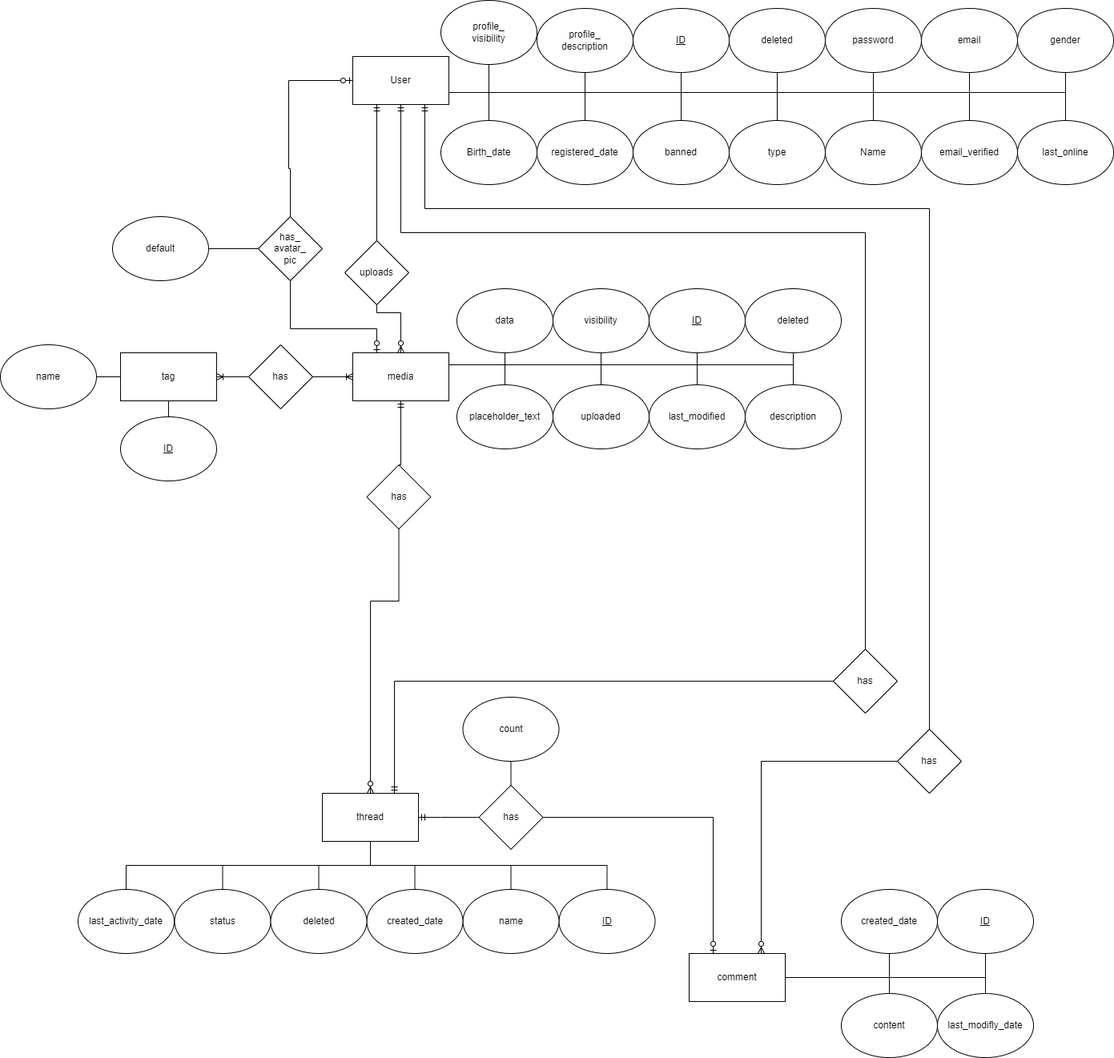
gombosg21/vizsgaremek keeps this draw.io diagram as docs/dev/db/img/visual_posting_db_er_phase_02.drawio.png. Above is the earlier version. Source tidied: cells renumbered, new cells last; positions are measured from the earlier drawing's top-left corner, leaving out a move shared by most shapes.
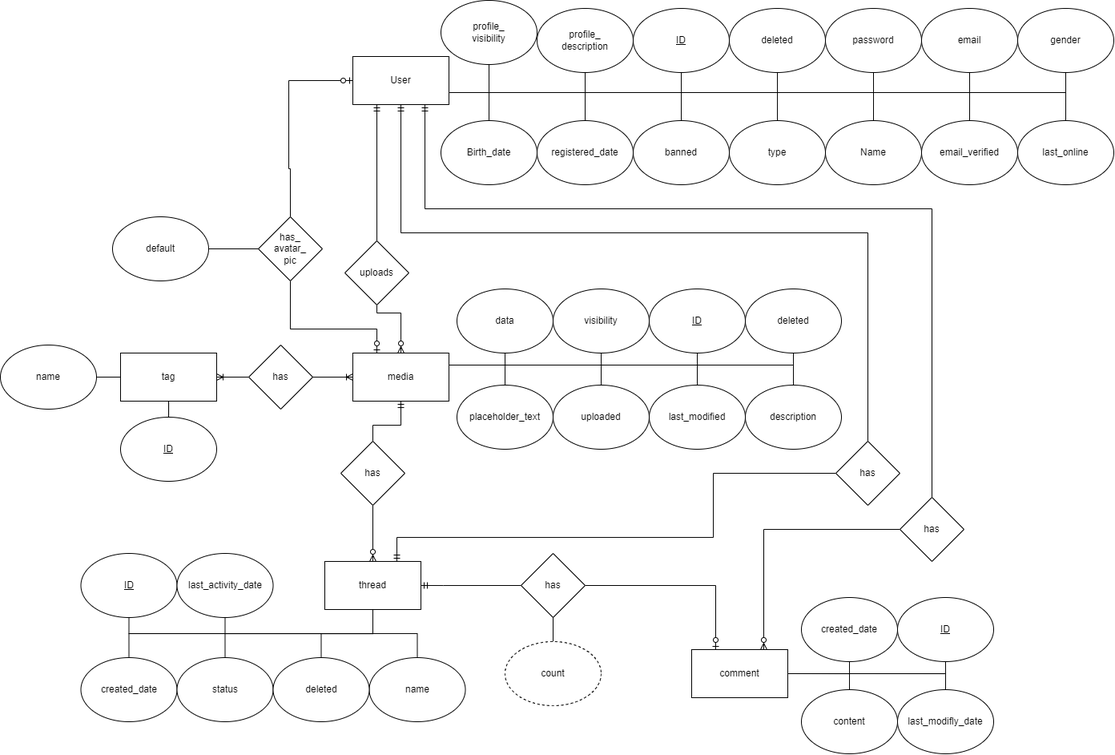
The same diagram one commit later.

Commit message:
smaller size

The edit, as a diff of the source:
```diff
@@ -97,67 +97,82 @@
     <mxCell id="23" style="edgeStyle=orthogonalEdgeStyle;rounded=0;jettySize=auto;html=1;entryX=0;entryY=0.5;entryDx=0;entryDy=0;startArrow=ERmandOne;startFill=0;endArrow=none;endFill=0;exitX=0.75;exitY=0;exitDx=0;exitDy=0;" parent="1" edge="1" source="24" target="78">
       <mxGeometry relative="1" as="geometry">
         <Array as="points">
-          <mxPoint x="492" y="850" />
+          <mxPoint x="495" y="670" />
+          <mxPoint x="890" y="670" />
+          <mxPoint x="890" y="590" />
         </Array>
       </mxGeometry>
     </mxCell>
     <mxCell id="24" value="thread" style="rounded=0;whiteSpace=wrap;html=1;" parent="1" vertex="1">
-      <mxGeometry x="402" y="990" width="120" height="60" as="geometry" />
+      <mxGeometry x="405" y="700" width="120" height="60" as="geometry" />
     </mxCell>
-    <mxCell id="25" style="edgeStyle=orthogonalEdgeStyle;rounded=0;jettySize=auto;html=1;exitX=0.5;exitY=0;exitDx=0;exitDy=0;entryX=0.5;entryY=1;entryDx=0;entryDy=0;startArrow=none;startFill=0;endArrow=none;endFill=0;" parent="1" edge="1" source="26" target="24">
-      <mxGeometry relative="1" as="geometry" />
+    <mxCell id="25" style="edgeStyle=orthogonalEdgeStyle;rounded=0;jettySize=auto;html=1;exitX=0.5;exitY=1;exitDx=0;exitDy=0;entryX=0.5;entryY=1;entryDx=0;entryDy=0;startArrow=none;startFill=0;endArrow=none;endFill=0;" parent="1" edge="1" source="26" target="24">
+      <mxGeometry relative="1" as="geometry">
+        <Array as="points">
+          <mxPoint x="160" y="790" />
+          <mxPoint x="465" y="790" />
+        </Array>
+      </mxGeometry>
     </mxCell>
     <mxCell id="26" value="&lt;u&gt;ID&lt;/u&gt;" style="ellipse;whiteSpace=wrap;html=1;" parent="1" vertex="1">
-      <mxGeometry x="697.5" y="1110" width="120" height="80" as="geometry" />
+      <mxGeometry x="100.5" y="690" width="120" height="80" as="geometry" />
     </mxCell>
     <mxCell id="27" style="edgeStyle=orthogonalEdgeStyle;rounded=0;jettySize=auto;html=1;exitX=0.5;exitY=0;exitDx=0;exitDy=0;entryX=0.5;entryY=1;entryDx=0;entryDy=0;startArrow=none;startFill=0;endArrow=none;endFill=0;" parent="1" edge="1" source="28" target="24">
       <mxGeometry relative="1" as="geometry" />
     </mxCell>
     <mxCell id="28" value="name" style="ellipse;whiteSpace=wrap;html=1;" parent="1" vertex="1">
-      <mxGeometry x="577.5" y="1110" width="120" height="80" as="geometry" />
+      <mxGeometry x="460.5" y="820" width="120" height="80" as="geometry" />
     </mxCell>
     <mxCell id="29" style="edgeStyle=orthogonalEdgeStyle;rounded=0;jettySize=auto;html=1;exitX=0.5;exitY=0;exitDx=0;exitDy=0;entryX=0.5;entryY=1;entryDx=0;entryDy=0;startArrow=none;startFill=0;endArrow=none;endFill=0;" parent="1" edge="1" source="30" target="24">
       <mxGeometry relative="1" as="geometry" />
     </mxCell>
     <mxCell id="30" value="created_date" style="ellipse;whiteSpace=wrap;html=1;" parent="1" vertex="1">
-      <mxGeometry x="457.5" y="1110" width="120" height="80" as="geometry" />
+      <mxGeometry x="100.5" y="820" width="120" height="80" as="geometry" />
     </mxCell>
     <mxCell id="31" value="status" style="ellipse;whiteSpace=wrap;html=1;" parent="1" vertex="1">
-      <mxGeometry x="217.5" y="1110" width="120" height="80" as="geometry" />
+      <mxGeometry x="220.5" y="820" width="120" height="80" as="geometry" />
     </mxCell>
     <mxCell id="32" style="edgeStyle=orthogonalEdgeStyle;rounded=0;jettySize=auto;html=1;exitX=0.75;exitY=0;exitDx=0;exitDy=0;entryX=0;entryY=0.5;entryDx=0;entryDy=0;startArrow=ERzeroToMany;startFill=0;endArrow=none;endFill=0;" parent="1" edge="1" source="33" target="86">
       <mxGeometry relative="1" as="geometry">
         <Array as="points">
-          <mxPoint x="950" y="950" />
+          <mxPoint x="953" y="660" />
         </Array>
       </mxGeometry>
     </mxCell>
     <mxCell id="33" value="comment" style="rounded=0;whiteSpace=wrap;html=1;" parent="1" vertex="1">
-      <mxGeometry x="860" y="1190" width="120" height="60" as="geometry" />
+      <mxGeometry x="863" y="810" width="120" height="60" as="geometry" />
     </mxCell>
     <mxCell id="34" style="edgeStyle=orthogonalEdgeStyle;rounded=0;jettySize=auto;html=1;exitX=0.5;exitY=1;exitDx=0;exitDy=0;entryX=1;entryY=0.5;entryDx=0;entryDy=0;startArrow=none;startFill=0;endArrow=none;endFill=0;" parent="1" edge="1" source="35" target="33">
-      <mxGeometry relative="1" as="geometry" />
+      <mxGeometry relative="1" as="geometry">
+        <Array as="points">
+          <mxPoint x="1180" y="840" />
+        </Array>
+      </mxGeometry>
     </mxCell>
     <mxCell id="35" value="&lt;u&gt;ID&lt;/u&gt;" style="ellipse;whiteSpace=wrap;html=1;" parent="1" vertex="1">
-      <mxGeometry x="1170" y="1110" width="120" height="80" as="geometry" />
+      <mxGeometry x="1120" y="745" width="120" height="80" as="geometry" />
     </mxCell>
     <mxCell id="36" style="edgeStyle=orthogonalEdgeStyle;rounded=0;jettySize=auto;html=1;exitX=0.5;exitY=1;exitDx=0;exitDy=0;entryX=1;entryY=0.5;entryDx=0;entryDy=0;startArrow=none;startFill=0;endArrow=none;endFill=0;" parent="1" edge="1" source="37" target="33">
-      <mxGeometry relative="1" as="geometry" />
+      <mxGeometry relative="1" as="geometry">
+        <Array as="points">
+          <mxPoint x="1060" y="840" />
+        </Array>
+      </mxGeometry>
     </mxCell>
     <mxCell id="37" value="created_date" style="ellipse;whiteSpace=wrap;html=1;" parent="1" vertex="1">
-      <mxGeometry x="1050" y="1110" width="120" height="80" as="geometry" />
+      <mxGeometry x="1000" y="745" width="120" height="80" as="geometry" />
     </mxCell>
     <mxCell id="38" style="edgeStyle=orthogonalEdgeStyle;rounded=0;jettySize=auto;html=1;exitX=0.5;exitY=0;exitDx=0;exitDy=0;entryX=1;entryY=0.5;entryDx=0;entryDy=0;startArrow=none;startFill=0;endArrow=none;endFill=0;" parent="1" edge="1" source="39" target="33">
       <mxGeometry relative="1" as="geometry" />
     </mxCell>
     <mxCell id="39" value="last_modifly_date" style="ellipse;whiteSpace=wrap;html=1;" parent="1" vertex="1">
-      <mxGeometry x="1170" y="1240" width="120" height="80" as="geometry" />
+      <mxGeometry x="1120" y="860" width="120" height="80" as="geometry" />
     </mxCell>
     <mxCell id="40" style="edgeStyle=orthogonalEdgeStyle;rounded=0;jettySize=auto;html=1;exitX=0.5;exitY=0;exitDx=0;exitDy=0;entryX=1;entryY=0.5;entryDx=0;entryDy=0;startArrow=none;startFill=0;endArrow=none;endFill=0;" parent="1" edge="1" source="41" target="33">
       <mxGeometry relative="1" as="geometry" />
     </mxCell>
     <mxCell id="41" value="content" style="ellipse;whiteSpace=wrap;html=1;" parent="1" vertex="1">
-      <mxGeometry x="1050" y="1240" width="120" height="80" as="geometry" />
+      <mxGeometry x="1000" y="860" width="120" height="80" as="geometry" />
     </mxCell>
     <mxCell id="42" style="edgeStyle=orthogonalEdgeStyle;rounded=0;jettySize=auto;html=1;exitX=0.5;exitY=1;exitDx=0;exitDy=0;startArrow=none;startFill=0;endArrow=none;endFill=0;" parent="1" edge="1" source="43">
       <mxGeometry relative="1" as="geometry">
@@ -247,53 +262,54 @@
     <mxCell id="60" style="edgeStyle=orthogonalEdgeStyle;rounded=0;jettySize=auto;html=1;exitX=0;exitY=0.5;exitDx=0;exitDy=0;entryX=1;entryY=0.5;entryDx=0;entryDy=0;endArrow=ERmandOne;endFill=0;startArrow=none;startFill=0;" parent="1" edge="1" source="62" target="24">
       <mxGeometry relative="1" as="geometry">
         <Array as="points">
-          <mxPoint x="550" y="1020" />
-          <mxPoint x="550" y="1020" />
+          <mxPoint x="553" y="730" />
+          <mxPoint x="553" y="730" />
         </Array>
       </mxGeometry>
     </mxCell>
     <mxCell id="61" style="edgeStyle=orthogonalEdgeStyle;rounded=0;jettySize=auto;html=1;exitX=1;exitY=0.5;exitDx=0;exitDy=0;entryX=0.25;entryY=0;entryDx=0;entryDy=0;startArrow=none;startFill=0;endArrow=ERzeroToOne;endFill=0;" parent="1" edge="1" source="62" target="33">
       <mxGeometry relative="1" as="geometry">
         <Array as="points">
-          <mxPoint x="890" y="1020" />
+          <mxPoint x="893" y="730" />
         </Array>
       </mxGeometry>
     </mxCell>
     <mxCell id="62" value="has" style="rhombus;whiteSpace=wrap;html=1;" parent="1" vertex="1">
-      <mxGeometry x="597.5" y="980" width="80" height="80" as="geometry" />
+      <mxGeometry x="650" y="690" width="80" height="80" as="geometry" />
     </mxCell>
-    <mxCell id="63" style="edgeStyle=orthogonalEdgeStyle;rounded=0;jettySize=auto;html=1;exitX=0.5;exitY=1;exitDx=0;exitDy=0;endArrow=ERzeroToMany;endFill=0;startArrow=none;startFill=0;entryX=0.5;entryY=0;entryDx=0;entryDy=0;" parent="1" edge="1" source="65" target="24">
-      <mxGeometry relative="1" as="geometry">
-        <Array as="points">
-          <mxPoint x="498" y="750" />
-          <mxPoint x="462" y="750" />
-        </Array>
-      </mxGeometry>
+    <mxCell id="63" style="edgeStyle=orthogonalEdgeStyle;rounded=0;jettySize=auto;html=1;endArrow=ERzeroToMany;endFill=0;startArrow=none;startFill=0;entryX=0.5;entryY=0;entryDx=0;entryDy=0;exitX=0.5;exitY=1;exitDx=0;exitDy=0;" parent="1" edge="1" source="65" target="24">
+      <mxGeometry relative="1" as="geometry" />
     </mxCell>
     <mxCell id="64" style="edgeStyle=orthogonalEdgeStyle;rounded=0;jettySize=auto;html=1;exitX=0.5;exitY=0;exitDx=0;exitDy=0;startArrow=none;startFill=0;endArrow=ERmandOne;endFill=0;entryX=0.5;entryY=1;entryDx=0;entryDy=0;" parent="1" edge="1" source="65" target="13">
       <mxGeometry relative="1" as="geometry">
         <Array as="points">
-          <mxPoint x="500" y="580" />
+          <mxPoint x="465" y="530" />
+          <mxPoint x="500" y="530" />
         </Array>
       </mxGeometry>
     </mxCell>
     <mxCell id="65" value="has" style="rhombus;whiteSpace=wrap;html=1;" parent="1" vertex="1">
-      <mxGeometry x="457.5" y="580" width="80" height="80" as="geometry" />
+      <mxGeometry x="425" y="550" width="80" height="80" as="geometry" />
     </mxCell>
     <mxCell id="66" style="edgeStyle=orthogonalEdgeStyle;rounded=0;orthogonalLoop=1;jettySize=auto;html=1;exitX=0.5;exitY=1;exitDx=0;exitDy=0;endArrow=none;endFill=0;" parent="1" edge="1" source="30" target="30">
       <mxGeometry relative="1" as="geometry" />
     </mxCell>
-    <mxCell id="67" style="edgeStyle=orthogonalEdgeStyle;rounded=0;jettySize=auto;html=1;exitX=0.5;exitY=1;exitDx=0;exitDy=0;entryX=0.5;entryY=0;entryDx=0;entryDy=0;startArrow=none;startFill=0;endArrow=none;endFill=0;" parent="1" edge="1" source="68" target="62">
+    <mxCell id="67" style="edgeStyle=orthogonalEdgeStyle;rounded=0;jettySize=auto;html=1;exitX=0.5;exitY=0;exitDx=0;exitDy=0;entryX=0.5;entryY=1;entryDx=0;entryDy=0;startArrow=none;startFill=0;endArrow=none;endFill=0;" parent="1" edge="1" source="68" target="62">
       <mxGeometry relative="1" as="geometry" />
     </mxCell>
-    <mxCell id="68" value="count" style="ellipse;whiteSpace=wrap;html=1;" parent="1" vertex="1">
-      <mxGeometry x="577.5" y="870" width="120" height="80" as="geometry" />
+    <mxCell id="68" value="count" style="ellipse;whiteSpace=wrap;html=1;dashed=1;" parent="1" vertex="1">
+      <mxGeometry x="630" y="800" width="120" height="80" as="geometry" />
     </mxCell>
-    <mxCell id="69" style="edgeStyle=orthogonalEdgeStyle;rounded=0;jettySize=auto;html=1;exitX=0.5;exitY=0;exitDx=0;exitDy=0;entryX=0.5;entryY=1;entryDx=0;entryDy=0;startArrow=none;startFill=0;endArrow=none;endFill=0;" parent="1" edge="1" source="70" target="24">
-      <mxGeometry relative="1" as="geometry" />
+    <mxCell id="69" style="edgeStyle=orthogonalEdgeStyle;rounded=0;jettySize=auto;html=1;exitX=0.5;exitY=1;exitDx=0;exitDy=0;entryX=0.5;entryY=1;entryDx=0;entryDy=0;startArrow=none;startFill=0;endArrow=none;endFill=0;" parent="1" edge="1" source="70" target="24">
+      <mxGeometry relative="1" as="geometry">
+        <Array as="points">
+          <mxPoint x="280" y="790" />
+          <mxPoint x="465" y="790" />
+        </Array>
+      </mxGeometry>
     </mxCell>
     <mxCell id="70" value="last_activity_date" style="ellipse;whiteSpace=wrap;html=1;" parent="1" vertex="1">
-      <mxGeometry x="97" y="1110" width="120" height="80" as="geometry" />
+      <mxGeometry x="220.5" y="690" width="120" height="80" as="geometry" />
     </mxCell>
     <mxCell id="71" style="edgeStyle=orthogonalEdgeStyle;rounded=0;jettySize=auto;html=1;exitX=0.5;exitY=0;exitDx=0;exitDy=0;endArrow=ERzeroToOne;endFill=0;entryX=0;entryY=0.5;entryDx=0;entryDy=0;" parent="1" edge="1" source="72" target="4">
       <mxGeometry relative="1" as="geometry">
@@ -330,20 +346,19 @@
     <mxCell id="77" style="edgeStyle=orthogonalEdgeStyle;rounded=0;jettySize=auto;html=1;exitX=0.5;exitY=0;exitDx=0;exitDy=0;entryX=0.5;entryY=1;entryDx=0;entryDy=0;startArrow=none;startFill=0;endArrow=ERmandOne;endFill=0;" parent="1" edge="1" source="78" target="4">
       <mxGeometry relative="1" as="geometry">
         <Array as="points">
-          <mxPoint x="1080" y="810" />
-          <mxPoint x="1080" y="290" />
+          <mxPoint x="1083" y="290" />
           <mxPoint x="500" y="290" />
         </Array>
       </mxGeometry>
     </mxCell>
     <mxCell id="78" value="has" style="rhombus;whiteSpace=wrap;html=1;" parent="1" vertex="1">
-      <mxGeometry x="1040" y="810" width="80" height="80" as="geometry" />
+      <mxGeometry x="1043" y="550" width="80" height="80" as="geometry" />
     </mxCell>
     <mxCell id="79" style="edgeStyle=orthogonalEdgeStyle;rounded=0;jettySize=auto;html=1;exitX=0.5;exitY=0;exitDx=0;exitDy=0;entryX=0.5;entryY=1;entryDx=0;entryDy=0;startArrow=none;startFill=0;endArrow=none;endFill=0;" parent="1" edge="1" source="80" target="24">
       <mxGeometry relative="1" as="geometry" />
     </mxCell>
     <mxCell id="80" value="deleted" style="ellipse;whiteSpace=wrap;html=1;" parent="1" vertex="1">
-      <mxGeometry x="337.5" y="1110" width="120" height="80" as="geometry" />
+      <mxGeometry x="340.5" y="820" width="120" height="80" as="geometry" />
     </mxCell>
     <mxCell id="81" style="edgeStyle=orthogonalEdgeStyle;rounded=0;jettySize=auto;html=1;exitX=0.5;exitY=1;exitDx=0;exitDy=0;entryX=1;entryY=0.75;entryDx=0;entryDy=0;startArrow=none;startFill=0;endArrow=none;endFill=0;" parent="1" edge="1" source="82" target="4">
       <mxGeometry relative="1" as="geometry">
@@ -364,14 +379,13 @@
     <mxCell id="85" style="edgeStyle=orthogonalEdgeStyle;rounded=0;jettySize=auto;html=1;exitX=0.5;exitY=0;exitDx=0;exitDy=0;entryX=0.75;entryY=1;entryDx=0;entryDy=0;startArrow=none;startFill=0;endArrow=ERmandOne;endFill=0;" parent="1" edge="1" source="86" target="4">
       <mxGeometry relative="1" as="geometry">
         <Array as="points">
-          <mxPoint x="1160" y="910" />
-          <mxPoint x="1160" y="260" />
+          <mxPoint x="1163" y="260" />
           <mxPoint x="530" y="260" />
         </Array>
       </mxGeometry>
     </mxCell>
     <mxCell id="86" value="has" style="rhombus;whiteSpace=wrap;html=1;" parent="1" vertex="1">
-      <mxGeometry x="1120" y="910" width="80" height="80" as="geometry" />
+      <mxGeometry x="1123" y="620" width="80" height="80" as="geometry" />
     </mxCell>
     <mxCell id="87" style="edgeStyle=orthogonalEdgeStyle;rounded=0;jettySize=auto;html=1;exitX=0.5;exitY=0;exitDx=0;exitDy=0;endArrow=none;endFill=0;entryX=1;entryY=0.25;entryDx=0;entryDy=0;" parent="1" edge="1" source="88" target="13">
       <mxGeometry relative="1" as="geometry">
```
